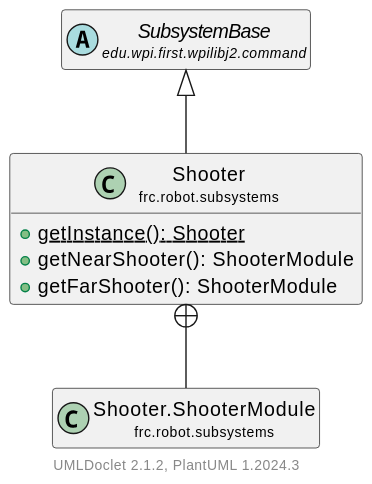
The PlantUML diagram docs/uml/frc/robot/subsystems/Shooter.svg in LakotaRobotics1038/2026RobotProject, before a commit.
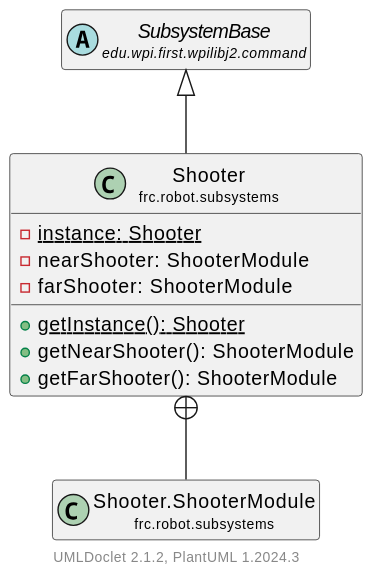
Later version of the same file.

The edit, as a diff of the source:
```diff
@@ -4,6 +4,9 @@
     hide empty methods
 
     class "<size:14>Shooter\n<size:10>frc.robot.subsystems" as frc.robot.subsystems.Shooter [[Shooter.html]] {
+        {static} -instance: Shooter
+        -nearShooter: ShooterModule
+        -farShooter: ShooterModule
         {static} +getInstance(): Shooter
         +getNearShooter(): ShooterModule
         +getFarShooter(): ShooterModule
```
